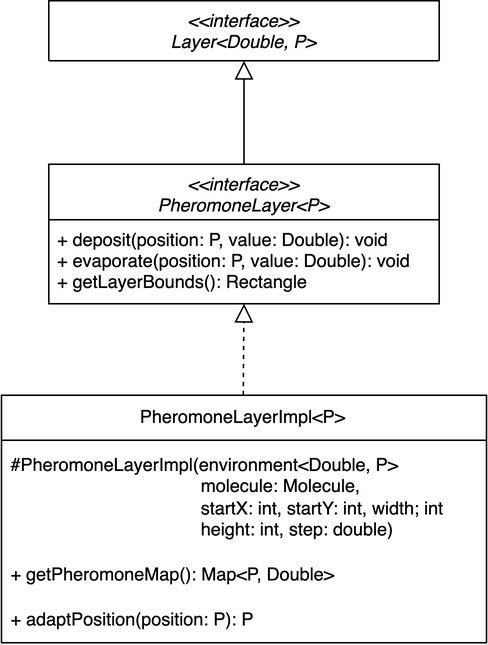
This is figures/pheromoneLayer.png from lorenzotosi/alchemist-thesis, a draw.io export, as it was before one commit. Source tidied: cells renumbered, new cells last; positions are measured from the earlier drawing's top-left corner, leaving out a move shared by most shapes.
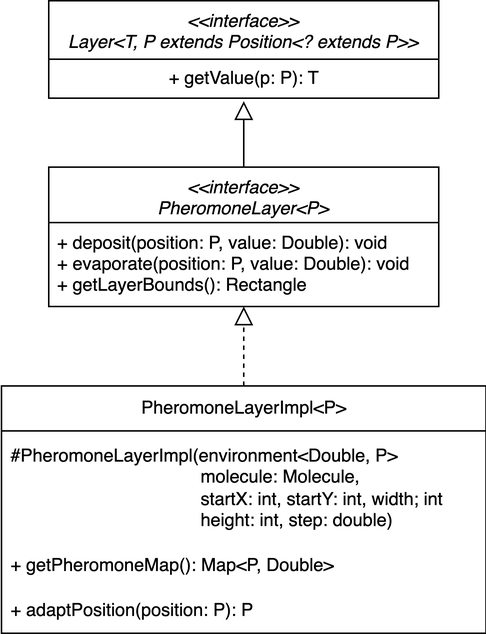
After the change.

The edit, as a diff of the source:
```diff
@@ -8,19 +8,20 @@
     <mxCell id="3" value="+ deposit(position: P, value: Double): void&#10;+ evaporate(position: P, value: Double): void&#10;+ getLayerBounds(): Rectangle" style="text;align=left;verticalAlign=top;spacingLeft=4;spacingRight=4;overflow=hidden;rounded=0;shadow=0;html=0;" parent="2" vertex="1">
       <mxGeometry y="37" width="260" height="56" as="geometry" />
     </mxCell>
-    <mxCell id="4" style="endArrow=block;dashed=1;html=1;rounded=0;endFill=0;jumpSize=6;endSize=10;startSize=6;strokeWidth=1;strokeColor=default;entryX=0.5;entryY=1;entryDx=0;entryDy=0;" parent="1" edge="1" target="2">
-      <mxGeometry relative="1" as="geometry">
-        <mxPoint x="161.5" y="263" as="sourcePoint" />
-      </mxGeometry>
+    <mxCell id="4" style="endArrow=block;dashed=1;html=1;rounded=0;endFill=0;jumpSize=6;endSize=10;startSize=6;strokeWidth=1;strokeColor=default;entryX=0.5;entryY=1;entryDx=0;entryDy=0;exitX=0.5;exitY=0;exitDx=0;exitDy=0;" parent="1" edge="1" source="7" target="2">
+      <mxGeometry relative="1" as="geometry" />
     </mxCell>
-    <mxCell id="5" value="&lt;&lt;interface&gt;&gt;&#10;Layer&lt;Double, P&gt;" style="swimlane;fontStyle=2;align=center;verticalAlign=top;horizontal=1;startSize=40;rounded=0;shadow=0;strokeWidth=1;" parent="1" vertex="1">
-      <mxGeometry x="32" width="260" height="40" as="geometry" />
+    <mxCell id="5" value="&lt;&lt;interface&gt;&gt;&#10;Layer&lt;T, P extends Position&lt;? extends P&gt;&gt;" style="swimlane;fontStyle=2;align=center;verticalAlign=top;horizontal=1;startSize=39;rounded=0;shadow=0;strokeWidth=1;" parent="1" vertex="1">
+      <mxGeometry x="32" y="-2" width="260" height="65" as="geometry" />
     </mxCell>
+    <mxCell id="11" value="+ getValue(p: P): T" style="text;html=1;align=center;verticalAlign=middle;points=[];strokeColor=none;fillColor=none;" parent="5" vertex="1">
+      <mxGeometry y="39" width="260" height="26" as="geometry" />
+    </mxCell>
-    <mxCell id="6" style="endArrow=block;html=1;rounded=0;endFill=0;jumpSize=6;endSize=10;startSize=6;strokeWidth=1;strokeColor=default;exitX=0.5;exitY=0;exitDx=0;exitDy=0;entryX=0.5;entryY=1;entryDx=0;entryDy=0;" parent="1" edge="1" source="2" target="5">
+    <mxCell id="6" style="endArrow=block;html=1;rounded=0;endFill=0;jumpSize=6;endSize=10;startSize=6;strokeWidth=1;strokeColor=default;exitX=0.5;exitY=0;exitDx=0;exitDy=0;entryX=0.5;entryY=1.077;entryDx=0;entryDy=0;entryPerimeter=0;" parent="1" edge="1" source="2" target="11">
       <mxGeometry relative="1" as="geometry" />
     </mxCell>
     <mxCell id="7" value="PheromoneLayerImpl&amp;lt;P&amp;gt;" style="swimlane;fontStyle=0;horizontal=1;startSize=30;whiteSpace=wrap;html=1;" parent="1" vertex="1">
-      <mxGeometry x="0.5" y="263" width="323" height="165" as="geometry" />
+      <mxGeometry x="0.5" y="255" width="323" height="165" as="geometry" />
     </mxCell>
     <mxCell id="8" value="#PheromoneLayerImpl(environment&amp;lt;Double, P&amp;gt;&lt;br&gt;&lt;span style=&quot;white-space: pre;&quot;&gt;&#9;&lt;/span&gt;&lt;span style=&quot;white-space: pre;&quot;&gt;&#9;&lt;/span&gt;&lt;span style=&quot;white-space: pre;&quot;&gt;&#9;&lt;/span&gt;&lt;span style=&quot;white-space: pre;&quot;&gt;&#9;&amp;nbsp;&lt;/span&gt;&amp;nbsp; &amp;nbsp; &amp;nbsp;molecule: Molecule,&lt;br&gt;&lt;span style=&quot;white-space: pre;&quot;&gt;&#9;&lt;/span&gt;&lt;span style=&quot;white-space: pre;&quot;&gt;&#9;&lt;/span&gt;&lt;span style=&quot;white-space: pre;&quot;&gt;&#9;&lt;/span&gt;&lt;span style=&quot;white-space: pre;&quot;&gt;&#9;&amp;nbsp;&lt;/span&gt;&amp;nbsp; &amp;nbsp; &amp;nbsp;startX: int, startY: int, width; int&lt;br&gt;&lt;span style=&quot;white-space: pre;&quot;&gt;&#9;&lt;/span&gt;&lt;span style=&quot;white-space: pre;&quot;&gt;&#9;&lt;/span&gt;&lt;span style=&quot;white-space: pre;&quot;&gt;&#9;&lt;/span&gt;&lt;span style=&quot;white-space: pre;&quot;&gt;&#9;&lt;/span&gt;&amp;nbsp; &amp;nbsp; &amp;nbsp; height: int, step: double)" style="text;strokeColor=none;fillColor=none;align=left;verticalAlign=middle;spacingLeft=4;spacingRight=4;overflow=hidden;whiteSpace=wrap;html=1;" parent="7" vertex="1">
       <mxGeometry y="30" width="323" height="75" as="geometry" />
```
